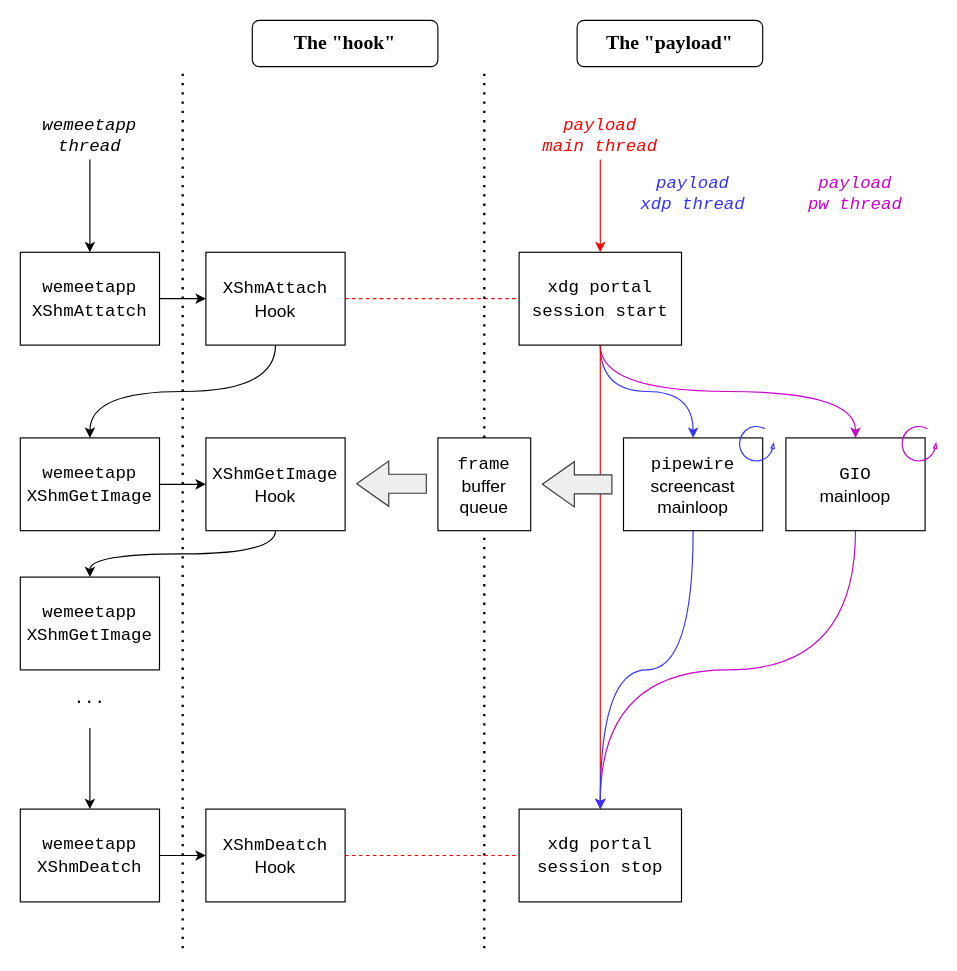
Before: resource/diagram.drawio in novel2430/wemeet-wayland-screenshare, a draw.io diagram. Source tidied: cells renumbered, new cells numbered last; positions are measured from the earlier drawing's top-left corner, leaving out a move shared by most shapes. Both pictures are drawn from the tidied source at 116%, with x=0, y=0 at pixel (20, 20).
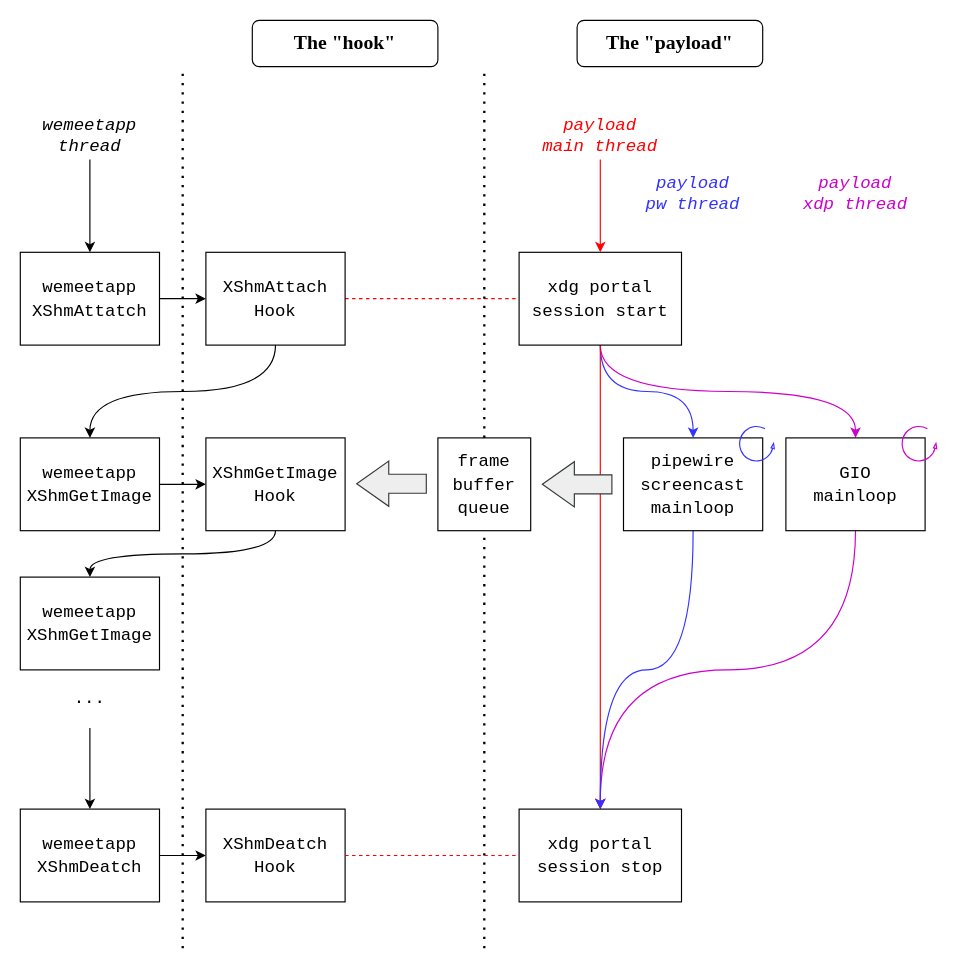
After the change.

Commit message (it also covers changes not shown here):
Add AUR package in README, revise diagram

Change to the diagram source:
```diff
@@
-    <mxCell id="15" value="&lt;font style=&quot;font-size: 15px;&quot;&gt;&lt;font face=&quot;Courier New&quot; style=&quot;font-size: 15px;&quot;&gt;XShmAttach&lt;br style=&quot;font-size: 15px;&quot;&gt;&lt;/font&gt;Hook&lt;br style=&quot;font-size: 15px;&quot;&gt;&lt;/font&gt;" style="rounded=0;whiteSpace=wrap;html=1;fontSize=15;" parent="1" vertex="1">
+    <mxCell id="15" value="&lt;font style=&quot;font-size: 15px;&quot;&gt;&lt;font face=&quot;Courier New&quot;&gt;&lt;font style=&quot;font-size: 15px;&quot;&gt;XShmAttach&lt;br style=&quot;font-size: 15px;&quot;&gt;&lt;/font&gt;Hook&lt;/font&gt;&lt;br style=&quot;font-size: 15px;&quot;&gt;&lt;/font&gt;" style="rounded=0;whiteSpace=wrap;html=1;fontSize=15;" parent="1" vertex="1">
       <mxGeometry x="160" y="200" width="120" height="80" as="geometry" />
     </mxCell>
@@
-    <mxCell id="23" value="&lt;font style=&quot;font-size: 15px;&quot;&gt;&lt;font face=&quot;Courier New&quot; style=&quot;font-size: 15px;&quot;&gt;GIO&lt;br style=&quot;font-size: 15px;&quot;&gt;&lt;/font&gt;mainloop&lt;br style=&quot;font-size: 15px;&quot;&gt;&lt;/font&gt;" style="rounded=0;whiteSpace=wrap;html=1;fontSize=15;" parent="1" vertex="1">
+    <mxCell id="23" value="&lt;font style=&quot;font-size: 15px;&quot;&gt;&lt;font face=&quot;Courier New&quot;&gt;&lt;font style=&quot;font-size: 15px;&quot;&gt;GIO&lt;br style=&quot;font-size: 15px;&quot;&gt;&lt;/font&gt;mainloop&lt;/font&gt;&lt;br style=&quot;font-size: 15px;&quot;&gt;&lt;/font&gt;" style="rounded=0;whiteSpace=wrap;html=1;fontSize=15;" parent="1" vertex="1">
       <mxGeometry x="660" y="360" width="120" height="80" as="geometry" />
     </mxCell>
@@
-    <mxCell id="25" value="&lt;font style=&quot;font-size: 15px;&quot;&gt;&lt;font face=&quot;Courier New&quot; style=&quot;font-size: 15px;&quot;&gt;pipewire&lt;br style=&quot;font-size: 15px;&quot;&gt;&lt;/font&gt;screencast&lt;br style=&quot;font-size: 15px;&quot;&gt;mainloop&lt;br style=&quot;font-size: 15px;&quot;&gt;&lt;/font&gt;" style="rounded=0;whiteSpace=wrap;html=1;fontSize=15;" parent="1" vertex="1">
+    <mxCell id="25" value="&lt;font style=&quot;font-size: 15px;&quot;&gt;&lt;font face=&quot;Courier New&quot;&gt;&lt;font style=&quot;font-size: 15px;&quot;&gt;pipewire&lt;br style=&quot;font-size: 15px;&quot;&gt;&lt;/font&gt;screencast&lt;br style=&quot;font-size: 15px;&quot;&gt;mainloop&lt;/font&gt;&lt;br style=&quot;font-size: 15px;&quot;&gt;&lt;/font&gt;" style="rounded=0;whiteSpace=wrap;html=1;fontSize=15;" parent="1" vertex="1">
       <mxGeometry x="520" y="360" width="120" height="80" as="geometry" />
     </mxCell>
@@
-    <mxCell id="30" value="&lt;font style=&quot;font-size: 15px;&quot;&gt;&lt;span style=&quot;font-family: &amp;quot;Courier New&amp;quot;; font-size: 15px;&quot;&gt;XShmDeatch&lt;/span&gt;&lt;font face=&quot;Courier New&quot; style=&quot;font-size: 15px;&quot;&gt;&lt;br style=&quot;font-size: 15px;&quot;&gt;&lt;/font&gt;Hook&lt;br style=&quot;font-size: 15px;&quot;&gt;&lt;/font&gt;" style="rounded=0;whiteSpace=wrap;html=1;fontSize=15;" parent="1" vertex="1">
+    <mxCell id="30" value="&lt;font style=&quot;font-size: 15px;&quot;&gt;&lt;font face=&quot;Courier New&quot;&gt;&lt;span style=&quot;font-size: 15px;&quot;&gt;XShmDeatch&lt;/span&gt;&lt;font style=&quot;font-size: 15px;&quot;&gt;&lt;br style=&quot;font-size: 15px;&quot;&gt;&lt;/font&gt;Hook&lt;/font&gt;&lt;br style=&quot;font-size: 15px;&quot;&gt;&lt;/font&gt;" style="rounded=0;whiteSpace=wrap;html=1;fontSize=15;" parent="1" vertex="1">
       <mxGeometry x="160" y="680" width="120" height="80" as="geometry" />
     </mxCell>
@@
-    <mxCell id="34" value="&lt;font style=&quot;font-size: 15px;&quot;&gt;&lt;span style=&quot;font-family: &amp;quot;Courier New&amp;quot;;&quot;&gt;XShmGetImage&lt;/span&gt;&lt;font face=&quot;Courier New&quot; style=&quot;font-size: 15px;&quot;&gt;&lt;br style=&quot;font-size: 15px;&quot;&gt;&lt;/font&gt;Hook&lt;br style=&quot;font-size: 15px;&quot;&gt;&lt;/font&gt;" style="rounded=0;whiteSpace=wrap;html=1;fontSize=15;" parent="1" vertex="1">
+    <mxCell id="34" value="&lt;font style=&quot;font-size: 15px;&quot;&gt;&lt;font face=&quot;Courier New&quot;&gt;XShmGetImage&lt;font style=&quot;font-size: 15px;&quot;&gt;&lt;br style=&quot;font-size: 15px;&quot;&gt;&lt;/font&gt;Hook&lt;/font&gt;&lt;br style=&quot;font-size: 15px;&quot;&gt;&lt;/font&gt;" style="rounded=0;whiteSpace=wrap;html=1;fontSize=15;" parent="1" vertex="1">
       <mxGeometry x="160" y="360" width="120" height="80" as="geometry" />
     </mxCell>
@@
-    <mxCell id="37" value="&lt;font style=&quot;font-size: 15px;&quot;&gt;&lt;font style=&quot;font-size: 15px;&quot; face=&quot;Courier New&quot;&gt;frame&lt;br style=&quot;font-size: 15px;&quot;&gt;&lt;/font&gt;buffer&lt;br style=&quot;font-size: 15px;&quot;&gt;queue&lt;/font&gt;" style="rounded=0;whiteSpace=wrap;html=1;strokeColor=#000000;strokeWidth=1;fontFamily=Helvetica;fontSize=15;fontColor=#000000;fillColor=default;" parent="1" vertex="1">
+    <mxCell id="37" value="&lt;font face=&quot;Courier New&quot; style=&quot;font-size: 15px;&quot;&gt;&lt;font style=&quot;font-size: 15px;&quot;&gt;frame&lt;br style=&quot;font-size: 15px;&quot;&gt;&lt;/font&gt;buffer&lt;br style=&quot;font-size: 15px;&quot;&gt;queue&lt;/font&gt;" style="rounded=0;whiteSpace=wrap;html=1;strokeColor=#000000;strokeWidth=1;fontFamily=Helvetica;fontSize=15;fontColor=#000000;fillColor=default;" parent="1" vertex="1">
       <mxGeometry x="360" y="360" width="80" height="80" as="geometry" />
     </mxCell>
@@
-    <mxCell id="40" value="payload&lt;br style=&quot;font-size: 15px;&quot;&gt;xdp thread" style="text;html=1;strokeColor=none;fillColor=none;align=center;verticalAlign=middle;whiteSpace=wrap;rounded=0;fontFamily=Courier New;fontSize=15;fontColor=#3333FF;fontStyle=2;" parent="1" vertex="1">
+    <mxCell id="40" value="&lt;font face=&quot;Courier New&quot;&gt;payload&lt;br style=&quot;font-size: 15px;&quot;&gt;pw thread&lt;/font&gt;" style="text;html=1;strokeColor=none;fillColor=none;align=center;verticalAlign=middle;whiteSpace=wrap;rounded=0;fontFamily=Courier New;fontSize=15;fontColor=#3333FF;fontStyle=2;" parent="1" vertex="1">
       <mxGeometry x="520" y="130" width="120" height="40" as="geometry" />
     </mxCell>
-    <mxCell id="41" value="payload&lt;br style=&quot;font-size: 15px;&quot;&gt;pw thread" style="text;html=1;strokeColor=none;fillColor=none;align=center;verticalAlign=middle;whiteSpace=wrap;rounded=0;fontFamily=Courier New;fontSize=15;fontColor=#CC00CC;fontStyle=2;" parent="1" vertex="1">
+    <mxCell id="41" value="&lt;font face=&quot;Courier New&quot;&gt;payload&lt;br style=&quot;font-size: 15px;&quot;&gt;xdp thread&lt;/font&gt;" style="text;html=1;strokeColor=none;fillColor=none;align=center;verticalAlign=middle;whiteSpace=wrap;rounded=0;fontFamily=Courier New;fontSize=15;fontColor=#CC00CC;fontStyle=2;" parent="1" vertex="1">
       <mxGeometry x="660" y="130" width="120" height="40" as="geometry" />
     </mxCell>
```
